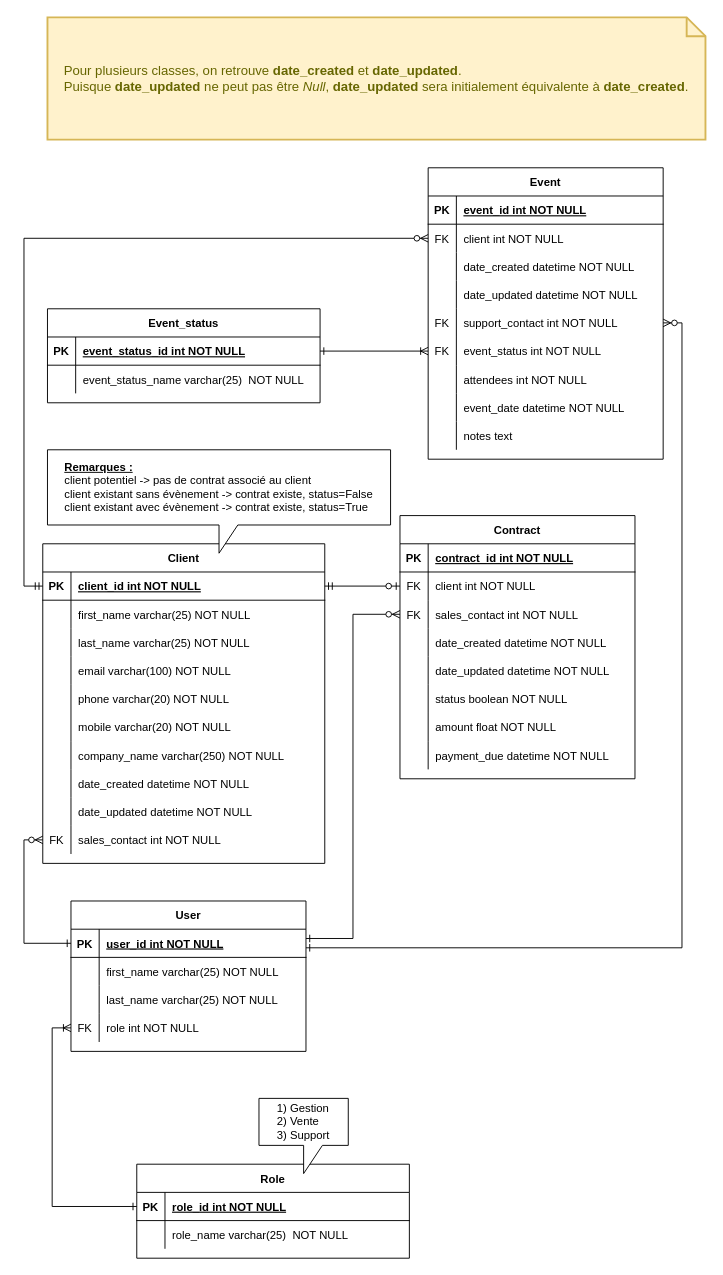
Before: ERD_Epic_Events.drawio in Olrio/P12, a draw.io diagram. Source tidied: cells renumbered, new cells numbered last; positions are measured from the earlier drawing's top-left corner, leaving out a move shared by most shapes. Both pictures are drawn from the tidied source at 94%, with x=0, y=0 at pixel (42, 17).
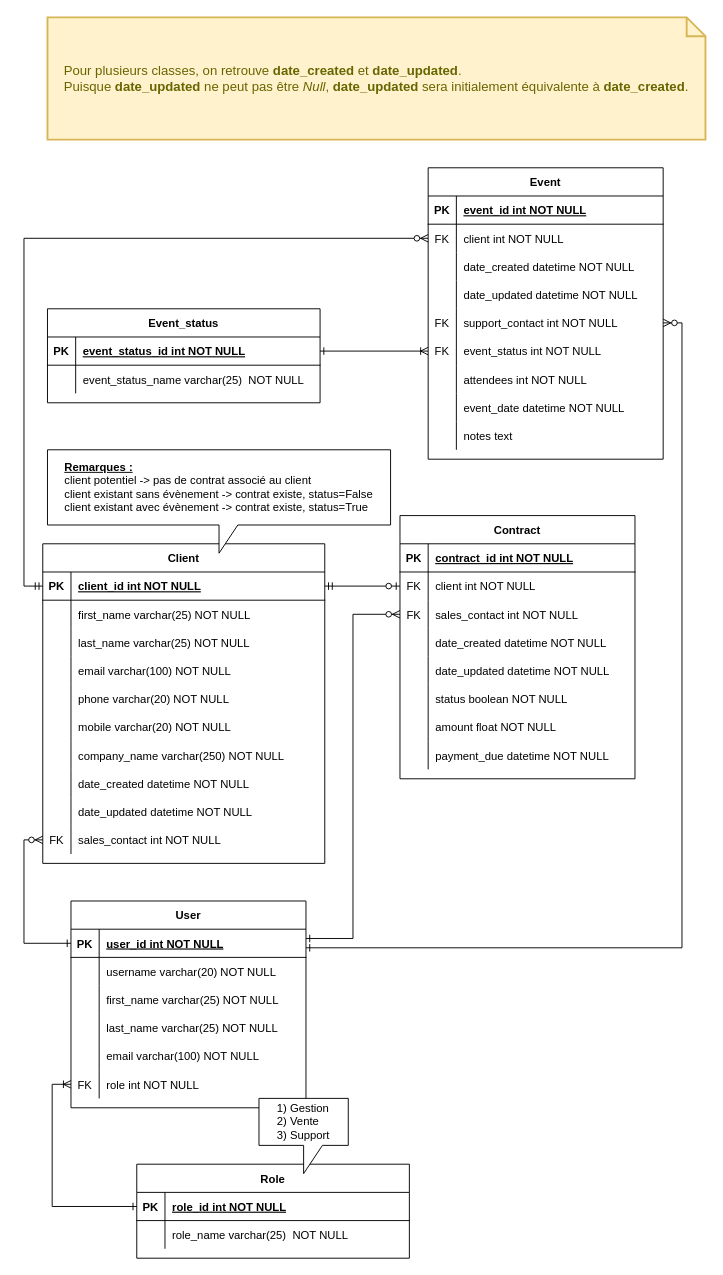
The same page after the edit.

Change to the diagram source:
```diff
@@
     <mxCell id="27" value="User" style="shape=table;startSize=30;childLayout=tableLayout;rowLines=0;fontStyle=1;align=center;" parent="1" vertex="1">
-      <mxGeometry x="30" y="940" width="250" height="160" as="geometry" />
+      <mxGeometry x="30" y="940" width="250" height="220" as="geometry" />
     </mxCell>
@@
+    <mxCell id="123" style="shape=partialRectangle;fillColor=none;top=0;left=0;right=0;bottom=0;" parent="27" vertex="1">
+      <mxGeometry y="60" width="250" height="30" as="geometry" />
+    </mxCell>
+    <mxCell id="124" style="shape=partialRectangle;overflow=hidden;fillColor=none;top=0;left=0;bottom=0;right=0;" parent="123" vertex="1">
+      <mxGeometry width="30" height="30" as="geometry" />
+    </mxCell>
+    <mxCell id="125" value="username varchar(20) NOT NULL" style="shape=partialRectangle;overflow=hidden;fillColor=none;top=0;left=0;bottom=0;right=0;align=left;spacingLeft=6;" parent="123" vertex="1">
+      <mxGeometry x="30" width="220" height="30" as="geometry" />
+    </mxCell>
     <mxCell id="31" style="shape=partialRectangle;fillColor=none;top=0;left=0;right=0;bottom=0;" parent="27" vertex="1">
-      <mxGeometry y="60" width="250" height="30" as="geometry" />
+      <mxGeometry y="90" width="250" height="30" as="geometry" />
     </mxCell>
@@
     <mxCell id="34" style="shape=partialRectangle;fillColor=none;top=0;left=0;right=0;bottom=0;" parent="27" vertex="1">
-      <mxGeometry y="90" width="250" height="30" as="geometry" />
+      <mxGeometry y="120" width="250" height="30" as="geometry" />
     </mxCell>
@@
+    <mxCell id="126" style="shape=partialRectangle;fillColor=none;top=0;left=0;right=0;bottom=0;" parent="27" vertex="1">
+      <mxGeometry y="150" width="250" height="30" as="geometry" />
+    </mxCell>
+    <mxCell id="127" style="shape=partialRectangle;overflow=hidden;fillColor=none;top=0;left=0;bottom=0;right=0;" parent="126" vertex="1">
+      <mxGeometry width="30" height="30" as="geometry" />
+    </mxCell>
+    <mxCell id="128" value="email varchar(100) NOT NULL" style="shape=partialRectangle;overflow=hidden;fillColor=none;top=0;left=0;bottom=0;right=0;align=left;spacingLeft=6;" parent="126" vertex="1">
+      <mxGeometry x="30" width="220" height="30" as="geometry" />
+    </mxCell>
     <mxCell id="37" style="shape=partialRectangle;fillColor=none;points=[[0,0.5],[1,0.5]];portConstraint=eastwest;top=0;left=0;right=0;bottom=0;" parent="27" vertex="1">
-      <mxGeometry y="120" width="250" height="30" as="geometry" />
+      <mxGeometry y="180" width="250" height="30" as="geometry" />
     </mxCell>
```
